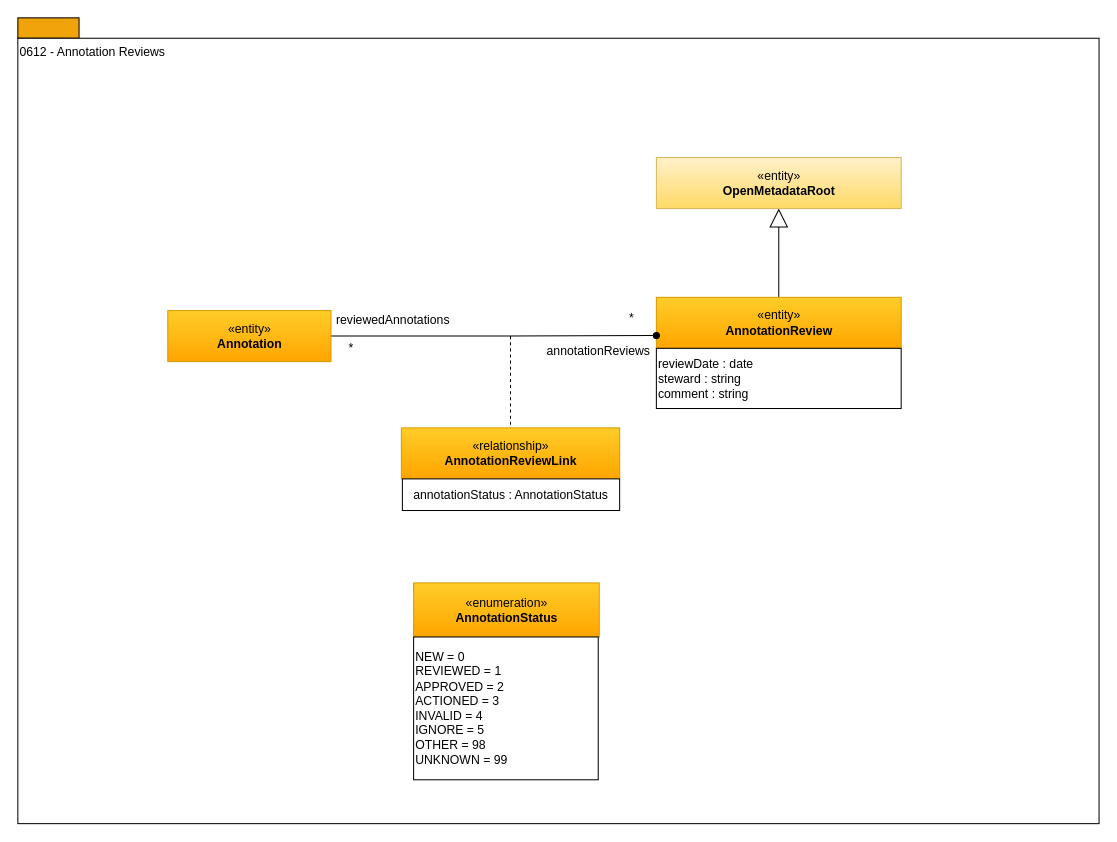
This is page "0612-Annotation-Reviews" (4 of 13) of site/docs/types/6/area-6-discovery.drawio from odpi/egeria-docs, a draw.io file, before an edit. Source tidied: cells renumbered, new cells numbered last; positions are measured from the earlier drawing's top-left corner, leaving out a move shared by most shapes. Both pictures are drawn from the tidied source at 102%, with x=0, y=0 at pixel (17, 17).
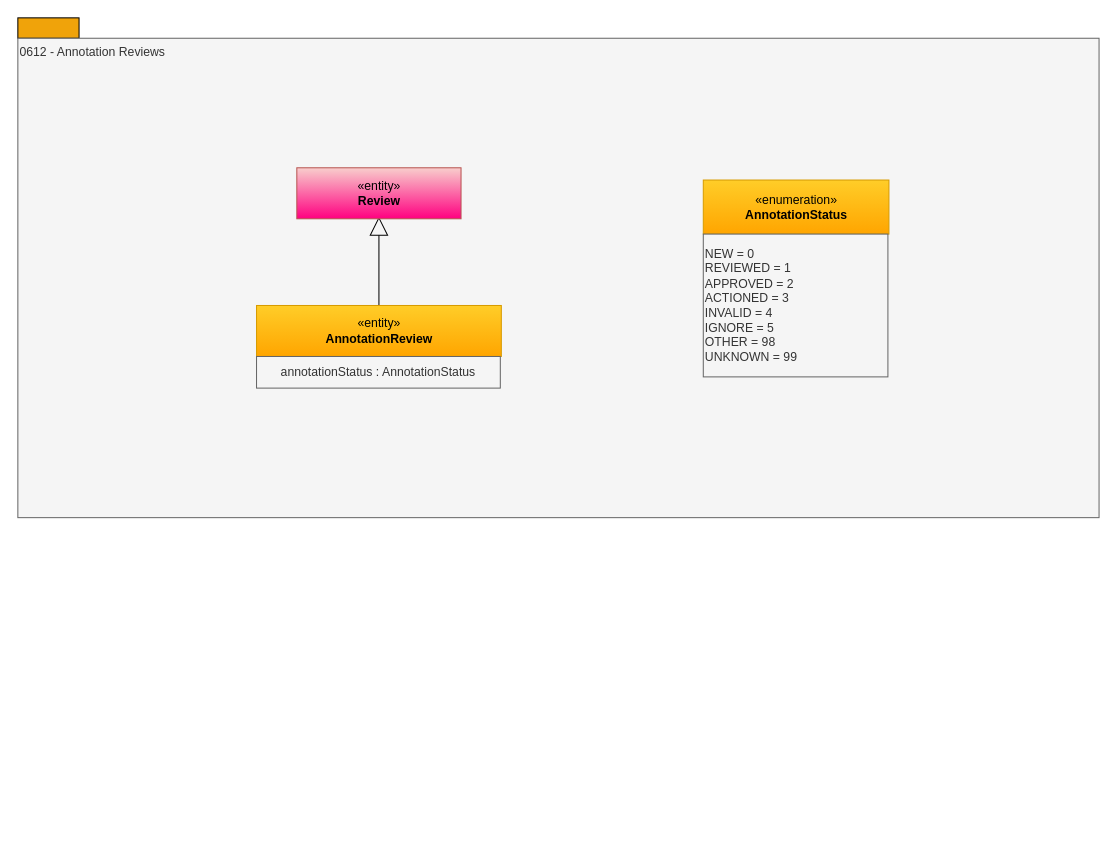
The same diagram, later.

The edit, as a diff of the source:
```diff
@@
 <mxGraphModel>
   <root>
     <mxCell id="0" />
     <mxCell id="1" parent="0" />
     <mxCell id="2" style="rounded=0;whiteSpace=wrap;html=1;align=left;fillColor=#f0a30a;strokeColor=#000000;fontColor=#ffffff;" parent="1" vertex="1">
       <mxGeometry width="60" height="20" as="geometry" />
     </mxCell>
-    <mxCell id="3" value="0612 - Annotation Reviews" style="rounded=0;whiteSpace=wrap;html=1;align=left;verticalAlign=top;" parent="1" vertex="1">
-      <mxGeometry y="20" width="1060" height="770" as="geometry" />
+    <mxCell id="3" value="0612 - Annotation Reviews" style="rounded=0;whiteSpace=wrap;html=1;align=left;verticalAlign=top;fillColor=#f5f5f5;fontColor=#333333;strokeColor=#666666;" parent="1" vertex="1">
+      <mxGeometry y="20" width="1060" height="470" as="geometry" />
     </mxCell>
-    <mxCell id="4" style="edgeStyle=orthogonalEdgeStyle;rounded=0;jettySize=auto;html=1;endArrow=block;endFill=0;endSize=16;" parent="1" edge="1" source="5" target="18">
-      <mxGeometry relative="1" as="geometry" />
+    <mxCell id="4" style="edgeStyle=orthogonalEdgeStyle;rounded=0;jettySize=auto;html=1;endArrow=block;endFill=0;endSize=16;" parent="1" edge="1" source="5">
+      <mxGeometry relative="1" as="geometry">
+        <mxPoint x="354" y="195" as="targetPoint" />
+      </mxGeometry>
     </mxCell>
     <mxCell id="5" value="«entity»&lt;br&gt;&lt;b&gt;AnnotationReview&lt;/b&gt;" style="html=1;strokeColor=#d79b00;align=center;fillColor=#ffcd28;gradientColor=#ffa500;" parent="1" vertex="1">
-      <mxGeometry x="626" y="274" width="240" height="50" as="geometry" />
+      <mxGeometry x="234" y="282" width="240" height="50" as="geometry" />
     </mxCell>
-    <mxCell id="6" value="reviewDate : date&lt;br&gt;steward : string&lt;br&gt;comment : string&lt;br&gt;" style="rounded=0;whiteSpace=wrap;html=1;strokeColor=#000000;gradientColor=#ffffff;align=left;" parent="1" vertex="1">
-      <mxGeometry x="626" y="324" width="240" height="59" as="geometry" />
-    </mxCell>
-    <mxCell id="7" style="edgeStyle=orthogonalEdgeStyle;rounded=0;html=1;endArrow=oval;endFill=1;jettySize=auto;entryX=0;entryY=0.75;entryDx=0;entryDy=0;" parent="1" edge="1" source="8" target="5">
-      <mxGeometry relative="1" as="geometry" />
-    </mxCell>
-    <mxCell id="8" value="«entity»&lt;br&gt;&lt;b&gt;Annotation&lt;/b&gt;" style="html=1;strokeColor=#d79b00;align=center;fillColor=#ffcd28;gradientColor=#ffa500;" parent="1" vertex="1">
-      <mxGeometry x="147" y="287" width="160" height="50" as="geometry" />
-    </mxCell>
-    <mxCell id="9" value="«relationship»&lt;br&gt;&lt;b&gt;AnnotationReviewLink&lt;/b&gt;" style="html=1;strokeColor=#d79b00;align=center;fillColor=#ffcd28;gradientColor=#ffa500;" parent="1" vertex="1">
-      <mxGeometry x="376" y="402" width="214" height="50" as="geometry" />
-    </mxCell>
-    <mxCell id="10" style="endArrow=none;dashed=1;html=1;entryX=0.5;entryY=0;entryDx=0;entryDy=0;" parent="1" edge="1" target="9">
-      <mxGeometry relative="1" as="geometry">
-        <mxPoint x="483" y="312" as="sourcePoint" />
-      </mxGeometry>
-    </mxCell>
-    <mxCell id="11" value="annotationStatus : AnnotationStatus" style="rounded=0;whiteSpace=wrap;html=1;strokeColor=#000000;gradientColor=#ffffff;align=center;" parent="1" vertex="1">
-      <mxGeometry x="377" y="452" width="213" height="31" as="geometry" />
+    <mxCell id="11" value="annotationStatus : AnnotationStatus" style="rounded=0;whiteSpace=wrap;html=1;strokeColor=#666666;align=center;fillColor=#f5f5f5;fontColor=#333333;" parent="1" vertex="1">
+      <mxGeometry x="234" y="332" width="239" height="31" as="geometry" />
     </mxCell>
-    <mxCell id="12" value="*" style="text;html=1;strokeColor=none;fillColor=none;align=center;verticalAlign=middle;whiteSpace=wrap;rounded=0;" parent="1" vertex="1">
-      <mxGeometry x="307" y="314" width="40" height="20" as="geometry" />
-    </mxCell>
-    <mxCell id="13" value="*" style="text;html=1;strokeColor=none;fillColor=none;align=center;verticalAlign=middle;whiteSpace=wrap;rounded=0;" parent="1" vertex="1">
-      <mxGeometry x="581.5" y="285" width="40" height="20" as="geometry" />
-    </mxCell>
-    <mxCell id="14" value="reviewedAnnotations" style="text;html=1;strokeColor=none;fillColor=none;align=center;verticalAlign=middle;whiteSpace=wrap;rounded=0;" parent="1" vertex="1">
-      <mxGeometry x="316" y="287" width="104" height="20" as="geometry" />
-    </mxCell>
-    <mxCell id="15" value="annotationReviews" style="text;html=1;strokeColor=none;fillColor=none;align=center;verticalAlign=middle;whiteSpace=wrap;rounded=0;" parent="1" vertex="1">
-      <mxGeometry x="508" y="317" width="123" height="20" as="geometry" />
-    </mxCell>
     <mxCell id="16" value="«enumeration»&lt;br&gt;&lt;b&gt;AnnotationStatus&lt;/b&gt;" style="html=1;strokeColor=#d79b00;align=center;fillColor=#ffcd28;gradientColor=#ffa500;" parent="1" vertex="1">
-      <mxGeometry x="388" y="554" width="182" height="53" as="geometry" />
+      <mxGeometry x="672" y="159" width="182" height="53" as="geometry" />
     </mxCell>
-    <mxCell id="17" value="NEW = 0&lt;br&gt;REVIEWED = 1&lt;br&gt;APPROVED = 2&lt;br&gt;ACTIONED = 3&lt;br&gt;INVALID = 4&lt;br&gt;IGNORE = 5&lt;br&gt;OTHER = 98&lt;br&gt;UNKNOWN = 99" style="rounded=0;whiteSpace=wrap;html=1;strokeColor=#000000;gradientColor=#ffffff;align=left;" parent="1" vertex="1">
-      <mxGeometry x="388" y="607" width="181" height="140" as="geometry" />
+    <mxCell id="17" value="NEW = 0&lt;br&gt;REVIEWED = 1&lt;br&gt;APPROVED = 2&lt;br&gt;ACTIONED = 3&lt;br&gt;INVALID = 4&lt;br&gt;IGNORE = 5&lt;br&gt;OTHER = 98&lt;br&gt;UNKNOWN = 99" style="rounded=0;whiteSpace=wrap;html=1;strokeColor=#666666;align=left;fillColor=#f5f5f5;fontColor=#333333;" parent="1" vertex="1">
+      <mxGeometry x="672" y="212" width="181" height="140" as="geometry" />
     </mxCell>
-    <mxCell id="18" value="«entity»&lt;br&gt;&lt;b&gt;OpenMetadataRoot&lt;/b&gt;" style="html=1;strokeColor=#d6b656;align=center;fillColor=#fff2cc;gradientColor=#ffd966;" parent="1" vertex="1">
-      <mxGeometry x="626" y="137" width="240" height="50" as="geometry" />
-    </mxCell>
+    <mxCell id="19" value="«entity»&lt;br&gt;&lt;b&gt;Review&lt;/b&gt;" style="html=1;strokeColor=#b85450;align=center;fillColor=#f8cecc;gradientColor=#FF0080;" parent="1" vertex="1">
+      <mxGeometry x="273.5" y="147" width="161" height="50" as="geometry" />
+    </mxCell>
   </root>
 </mxGraphModel>
```
